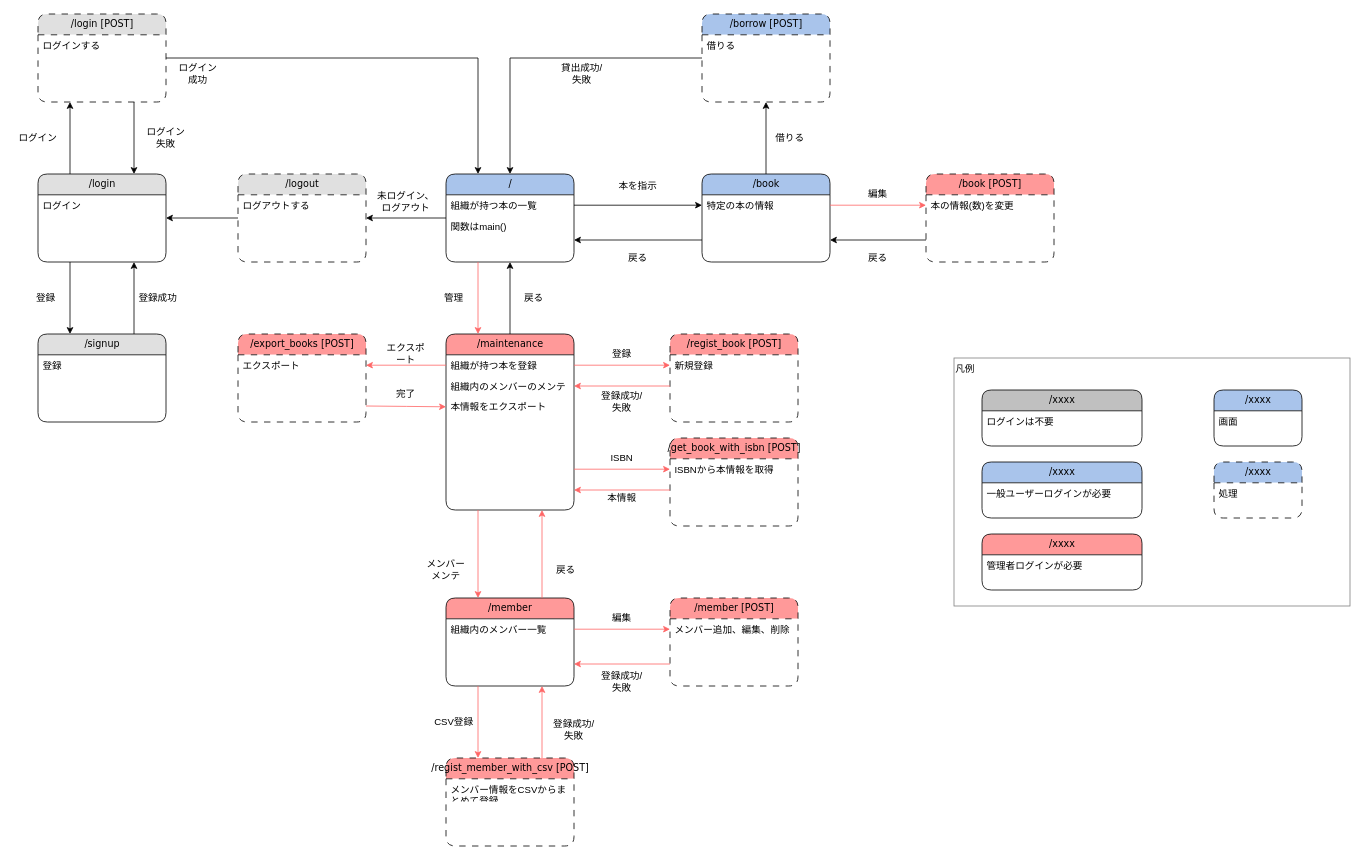
This is doc/screen_transition_diagram.drawio from yo16/bookshelf_2023, a draw.io file, before an edit. Source tidied: cells renumbered, new cells numbered last; positions are measured from the earlier drawing's top-left corner, leaving out a move shared by most shapes. Both pictures are drawn from the tidied source at 80%, with x=0, y=0 at pixel (14, 14).
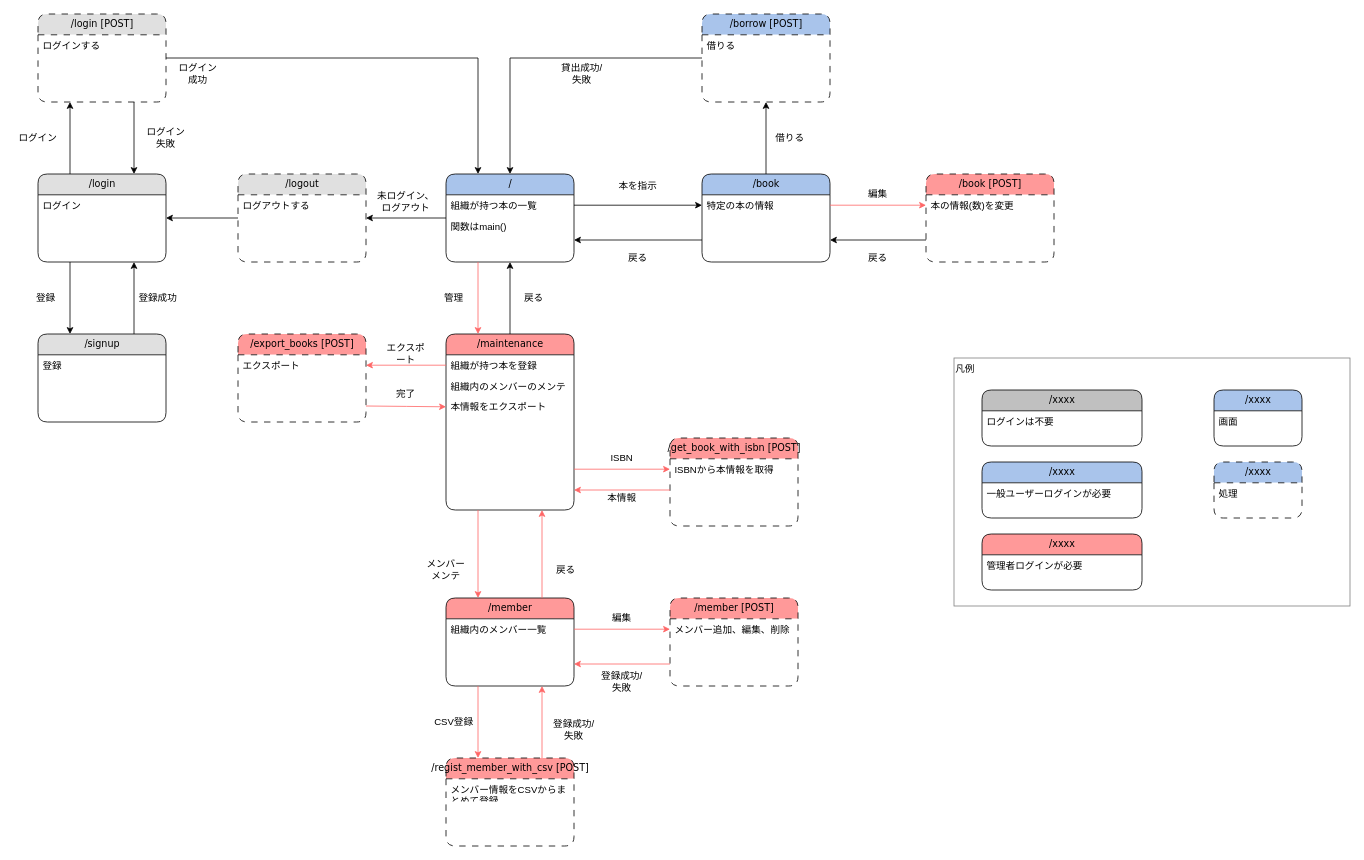
After the change.

Unchanged cells that the change refers to:
```xml
<mxCell id="24" value="組織が持つ本を登録" style="text;html=1;strokeColor=none;fillColor=none;spacingLeft=4;spacingRight=4;whiteSpace=wrap;overflow=hidden;points=[[0,0.5],[1,0.5]];portConstraint=eastwest;" parent="23" vertex="1">
  <mxGeometry y="26" width="160" height="26" as="geometry" />
</mxCell>
<mxCell id="25" value="組織内のメンバーのメンテ" style="text;html=1;strokeColor=none;fillColor=none;spacingLeft=4;spacingRight=4;whiteSpace=wrap;overflow=hidden;points=[[0,0.5],[1,0.5]];portConstraint=eastwest;" parent="23" vertex="1">
  <mxGeometry y="52" width="160" height="26" as="geometry" />
</mxCell>
```

Change to the diagram source:
```diff
@@
-    <mxCell id="48" value="/regist_book [POST]" style="swimlane;html=1;fontStyle=0;horizontal=1;startSize=26;fillColor=#FF9999;swimlaneFillColor=#ffffff;align=center;rounded=1;shadow=0;comic=0;labelBackgroundColor=none;strokeWidth=1;fontFamily=Verdana;fontSize=12;dashed=1;dashPattern=8 8;" parent="1" vertex="1">
-      <mxGeometry x="820" y="400" width="160" height="110" as="geometry" />
-    </mxCell>
-    <mxCell id="49" value="新規登録" style="text;html=1;strokeColor=none;fillColor=none;spacingLeft=4;spacingRight=4;whiteSpace=wrap;overflow=hidden;points=[[0,0.5],[1,0.5]];portConstraint=eastwest;" parent="48" vertex="1">
-      <mxGeometry y="26" width="160" height="26" as="geometry" />
-    </mxCell>
-    <mxCell id="50" style="text;html=1;strokeColor=none;fillColor=none;spacingLeft=4;spacingRight=4;whiteSpace=wrap;overflow=hidden;points=[[0,0.5],[1,0.5]];portConstraint=eastwest;dashed=1;dashPattern=8 8;" parent="48" vertex="1">
-      <mxGeometry y="52" width="160" height="26" as="geometry" />
-    </mxCell>
@@
-    <mxCell id="64" style="edgeStyle=orthogonalEdgeStyle;rounded=0;jettySize=auto;html=1;strokeColor=#FF6666;exitX=1;exitY=0.5;exitDx=0;exitDy=0;entryX=0;entryY=0.5;entryDx=0;entryDy=0;" parent="1" edge="1" source="24" target="49">
-      <mxGeometry relative="1" as="geometry" />
-    </mxCell>
-    <mxCell id="65" style="edgeStyle=orthogonalEdgeStyle;rounded=0;jettySize=auto;html=1;strokeColor=#FF6666;" parent="1" edge="1" source="50" target="25">
-      <mxGeometry relative="1" as="geometry" />
-    </mxCell>
@@
-    <mxCell id="69" value="登録" style="text;html=1;strokeColor=none;fillColor=none;align=center;verticalAlign=middle;whiteSpace=wrap;rounded=0;" parent="1" vertex="1">
-      <mxGeometry x="730" y="410" width="60" height="30" as="geometry" />
-    </mxCell>
-    <mxCell id="70" value="登録成功/失敗" style="text;html=1;strokeColor=none;fillColor=none;align=center;verticalAlign=middle;whiteSpace=wrap;rounded=0;" parent="1" vertex="1">
-      <mxGeometry x="730" y="470" width="60" height="30" as="geometry" />
-    </mxCell>
```
